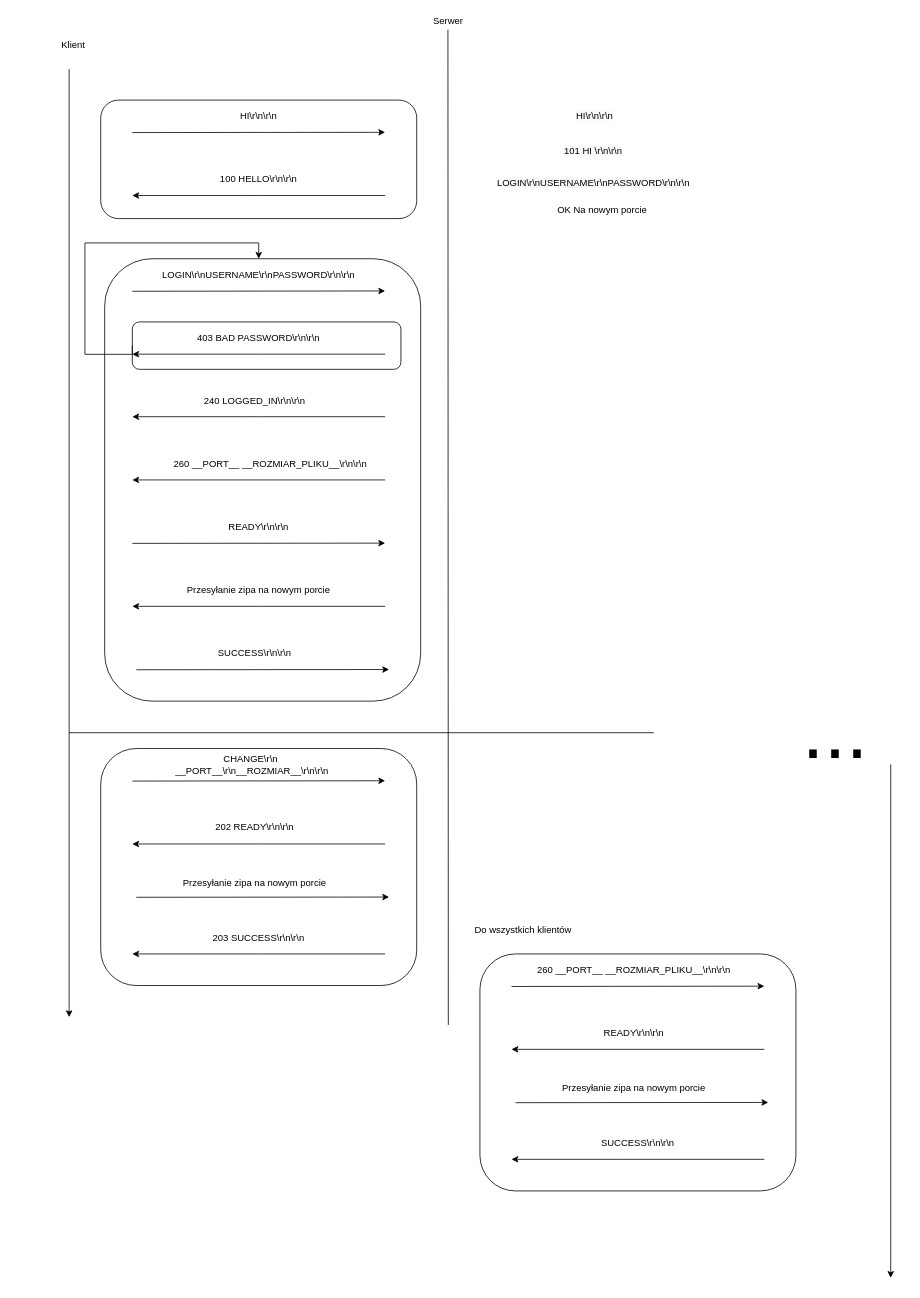
This is docs/Szkic.drawio from piotrkorniak/PAS, a draw.io file, before an edit. Source tidied: cells renumbered, new cells numbered last; positions are measured from the earlier drawing's top-left corner, leaving out a move shared by most shapes. Both pictures are drawn from the tidied source at 79%, with x=0, y=0 at pixel (13, 13).
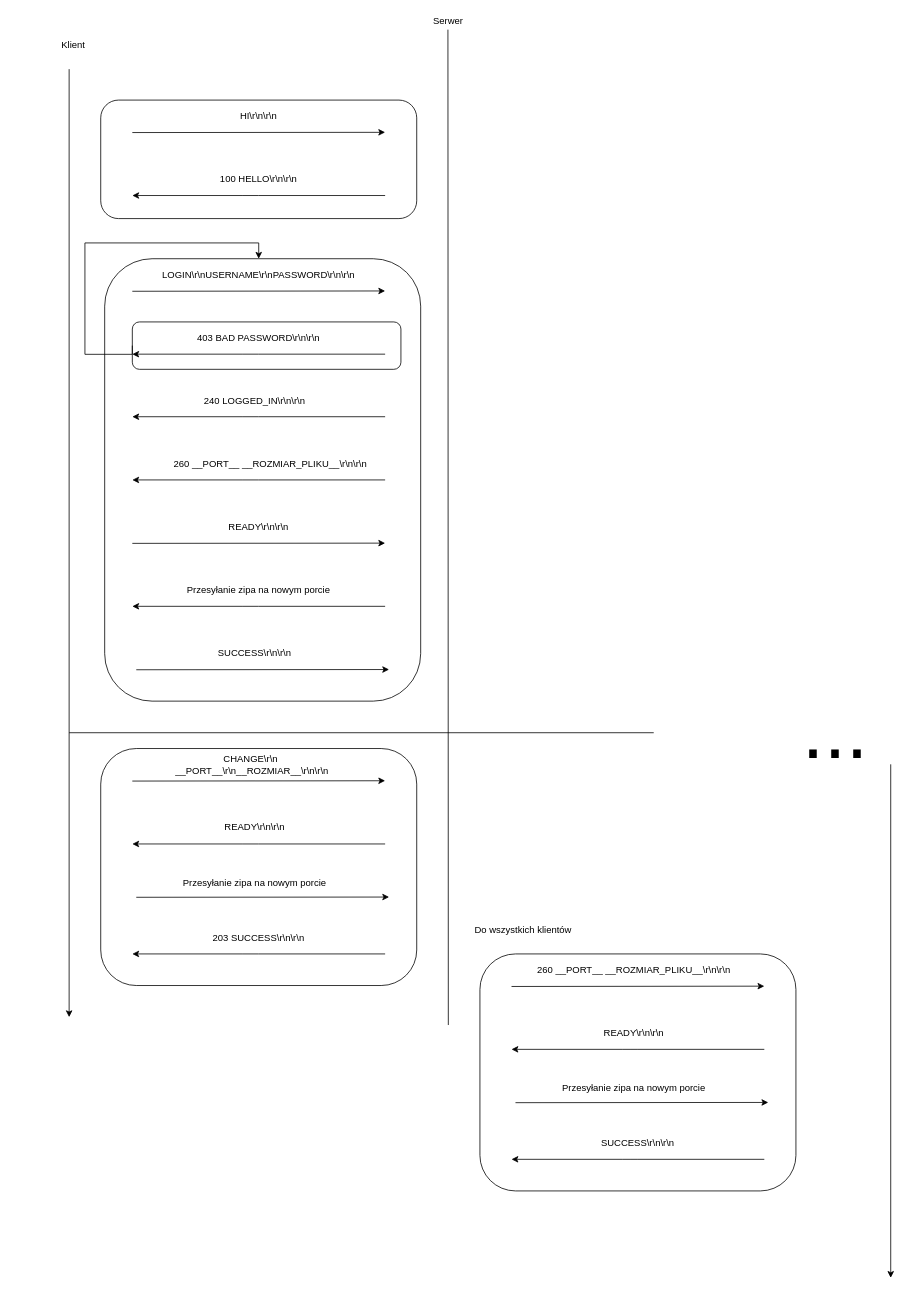
After the change.

The edit, as a diff of the source:
```diff
@@
-    <mxCell id="30" value="202 READY\r\n\r\n" style="text;html=1;strokeColor=none;fillColor=none;align=center;verticalAlign=middle;whiteSpace=wrap;rounded=0;" parent="1" vertex="1">
+    <mxCell id="30" value="READY\r\n\r\n" style="text;html=1;strokeColor=none;fillColor=none;align=center;verticalAlign=middle;whiteSpace=wrap;rounded=0;" parent="1" vertex="1">
       <mxGeometry x="115" y="1020" width="380" height="20" as="geometry" />
     </mxCell>
@@
-    <mxCell id="50" value="&lt;span style=&quot;color: rgb(0, 0, 0); font-family: helvetica; font-size: 12px; font-style: normal; font-weight: 400; letter-spacing: normal; text-align: center; text-indent: 0px; text-transform: none; word-spacing: 0px; background-color: rgb(248, 249, 250); display: inline; float: none;&quot;&gt;HI\r\n\r\n&lt;/span&gt;" style="text;whiteSpace=wrap;html=1;" parent="1" vertex="1">
-      <mxGeometry x="710" y="115" width="70" height="30" as="geometry" />
-    </mxCell>
-    <mxCell id="51" value="&lt;span style=&quot;color: rgb(0, 0, 0); font-family: helvetica; font-size: 12px; font-style: normal; font-weight: 400; letter-spacing: normal; text-align: center; text-indent: 0px; text-transform: none; word-spacing: 0px; background-color: rgb(248, 249, 250); display: inline; float: none;&quot;&gt;101 HI \r\n\r\n&lt;/span&gt;" style="text;whiteSpace=wrap;html=1;" parent="1" vertex="1">
-      <mxGeometry x="695" y="160" width="100" height="30" as="geometry" />
-    </mxCell>
-    <mxCell id="52" value="&lt;span style=&quot;color: rgb(0, 0, 0); font-family: helvetica; font-size: 12px; font-style: normal; font-weight: 400; letter-spacing: normal; text-align: center; text-indent: 0px; text-transform: none; word-spacing: 0px; background-color: rgb(248, 249, 250); display: inline; float: none;&quot;&gt;LOGIN\r\nUSERNAME\r\nPASSWORD\r\n\r\n&lt;/span&gt;" style="text;whiteSpace=wrap;html=1;" parent="1" vertex="1">
-      <mxGeometry x="610" y="200" width="270" height="30" as="geometry" />
-    </mxCell>
-    <mxCell id="53" value="OK Na nowym porcie" style="text;html=1;strokeColor=none;fillColor=none;align=center;verticalAlign=middle;whiteSpace=wrap;rounded=0;" parent="1" vertex="1">
-      <mxGeometry x="555" y="239.2" width="380" height="20" as="geometry" />
-    </mxCell>
```
